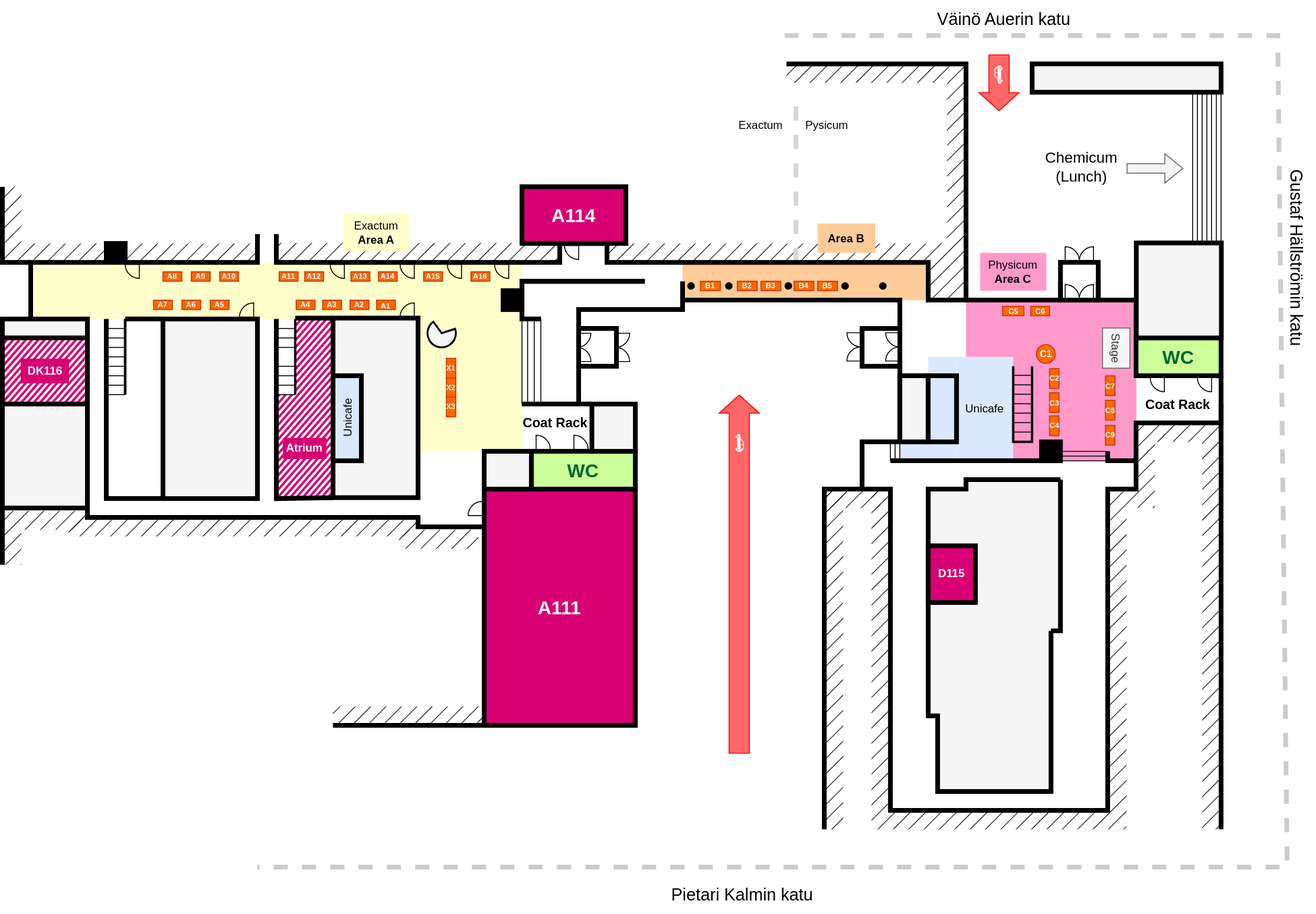
Potentiaali/potentiaali keeps this draw.io diagram as public/assets/kartta_2024.svg. Above is the earlier version. Source tidied: cells renumbered, new cells last; positions are measured from the earlier drawing's top-left corner, leaving out a move shared by most shapes.
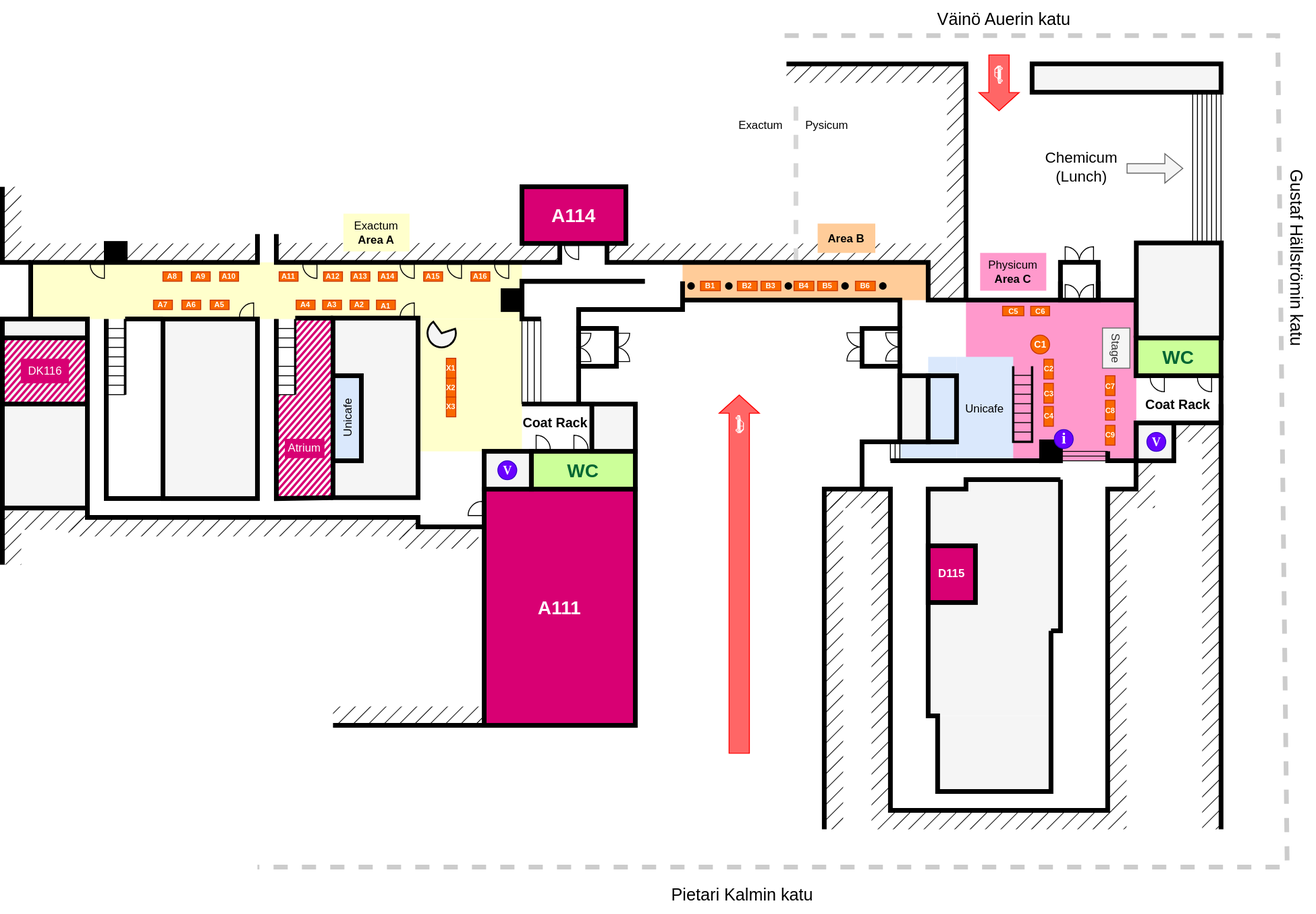
The same diagram one commit later.

Change to the diagram source:
```diff
@@ -507,7 +507,7 @@
       <mxGeometry x="220" y="317" width="20" height="10" as="geometry" />
     </mxCell>
     <mxCell id="95" value="&lt;font color=&quot;#ffffff&quot;&gt;&lt;b&gt;A12&lt;/b&gt;&lt;/font&gt;" style="rounded=0;whiteSpace=wrap;html=1;fillColor=#fa6800;fontColor=#000000;strokeColor=#C73500;flipH=1;fontSize=8;verticalAlign=middle;" parent="1" vertex="1">
-      <mxGeometry x="320" y="287" width="20" height="10" as="geometry" />
+      <mxGeometry x="340" y="287" width="20" height="10" as="geometry" />
     </mxCell>
     <mxCell id="96" value="&lt;font color=&quot;#ffffff&quot;&gt;&lt;b&gt;A13&lt;/b&gt;&lt;/font&gt;" style="rounded=0;whiteSpace=wrap;html=1;fillColor=#fa6800;fontColor=#000000;strokeColor=#C73500;flipH=1;fontSize=8;verticalAlign=middle;" parent="1" vertex="1">
       <mxGeometry x="369" y="287" width="20" height="10" as="geometry" />
@@ -528,10 +528,10 @@
       <mxGeometry x="170" y="287" width="20" height="10" as="geometry" />
     </mxCell>
     <mxCell id="102" style="verticalLabelPosition=bottom;verticalAlign=top;html=1;shape=mxgraph.basic.pie;startAngle=0;endAngle=0.25;rotation=-180;fillColor=none;" parent="1" vertex="1">
-      <mxGeometry x="130" y="264" width="30" height="30" as="geometry" />
+      <mxGeometry x="93" y="264" width="30" height="30" as="geometry" />
     </mxCell>
     <mxCell id="103" style="verticalLabelPosition=bottom;verticalAlign=top;html=1;shape=mxgraph.basic.pie;startAngle=0;endAngle=0.25;rotation=-180;fillColor=none;" parent="1" vertex="1">
-      <mxGeometry x="347" y="264" width="30" height="30" as="geometry" />
+      <mxGeometry x="318" y="264" width="30" height="30" as="geometry" />
     </mxCell>
     <mxCell id="104" style="verticalLabelPosition=bottom;verticalAlign=top;html=1;shape=mxgraph.basic.pie;startAngle=0;endAngle=0.25;rotation=-180;fillColor=none;" parent="1" vertex="1">
       <mxGeometry x="421" y="264" width="30" height="30" as="geometry" />
@@ -591,10 +591,10 @@
       <mxGeometry x="928" y="298" width="8" height="8" as="geometry" />
     </mxCell>
     <mxCell id="123" value="&lt;font color=&quot;#ffffff&quot; style=&quot;font-size: 8px;&quot;&gt;&lt;b style=&quot;font-size: 8px;&quot;&gt;C3&lt;/b&gt;&lt;/font&gt;" style="rounded=0;whiteSpace=wrap;html=1;fillColor=#fa6800;fontColor=#000000;strokeColor=#C73500;direction=south;fontSize=8;" parent="1" vertex="1">
-      <mxGeometry x="1108.5" y="415" width="10" height="21" as="geometry" />
+      <mxGeometry x="1102.5" y="405" width="10" height="21" as="geometry" />
     </mxCell>
     <mxCell id="124" value="&lt;font color=&quot;#ffffff&quot; style=&quot;font-size: 8px;&quot;&gt;&lt;b style=&quot;font-size: 8px;&quot;&gt;C4&lt;/b&gt;&lt;/font&gt;" style="rounded=0;whiteSpace=wrap;html=1;fillColor=#fa6800;fontColor=#000000;strokeColor=#C73500;direction=south;fontSize=8;" parent="1" vertex="1">
-      <mxGeometry x="1108.5" y="439.5" width="10" height="21" as="geometry" />
+      <mxGeometry x="1102.5" y="429.5" width="10" height="21" as="geometry" />
     </mxCell>
     <mxCell id="125" value="&lt;font color=&quot;#ffffff&quot; style=&quot;font-size: 8px;&quot;&gt;&lt;b style=&quot;font-size: 8px;&quot;&gt;C5&lt;/b&gt;&lt;/font&gt;" style="rounded=0;whiteSpace=wrap;html=1;fillColor=#fa6800;fontColor=#000000;strokeColor=#C73500;direction=south;fontSize=8;" parent="1" vertex="1">
       <mxGeometry x="1058.8" y="323.5" width="22.5" height="10" as="geometry" />
@@ -606,10 +606,10 @@
       <mxGeometry x="1167.7" y="397" width="10" height="21" as="geometry" />
     </mxCell>
     <mxCell id="128" value="&lt;b&gt;&lt;font color=&quot;#ffffff&quot; style=&quot;font-size: 10px;&quot;&gt;C1&lt;/font&gt;&lt;/b&gt;" style="ellipse;whiteSpace=wrap;html=1;rounded=0;strokeColor=#C73500;align=center;verticalAlign=middle;fontFamily=Helvetica;fontSize=12;fontColor=#000000;fillColor=#fa6800;" parent="1" vertex="1">
-      <mxGeometry x="1094.5" y="364" width="20" height="20" as="geometry" />
+      <mxGeometry x="1088.5" y="354" width="20" height="20" as="geometry" />
     </mxCell>
     <mxCell id="129" value="&lt;font color=&quot;#ffffff&quot; style=&quot;font-size: 8px;&quot;&gt;&lt;b style=&quot;font-size: 8px;&quot;&gt;C2&lt;/b&gt;&lt;/font&gt;" style="rounded=0;whiteSpace=wrap;html=1;fillColor=#fa6800;fontColor=#000000;strokeColor=#C73500;direction=south;fontSize=8;" parent="1" vertex="1">
-      <mxGeometry x="1108.5" y="389.5" width="10" height="21" as="geometry" />
+      <mxGeometry x="1102.5" y="379.5" width="10" height="21" as="geometry" />
     </mxCell>
     <mxCell id="130" style="verticalLabelPosition=bottom;verticalAlign=top;html=1;shape=mxgraph.basic.pie;startAngle=0;endAngle=0.25;rotation=-90;" parent="1" vertex="1">
       <mxGeometry x="935" y="366.5" width="30" height="30" as="geometry" />
@@ -921,9 +921,6 @@
     <mxCell id="206" style="shape=mxgraph.signs.transportation.car_3;html=1;verticalLabelPosition=bottom;verticalAlign=top;align=center;rotation=-90;strokeColor=none;shadow=0;" parent="1" vertex="1">
       <mxGeometry x="1045" y="74" width="19" height="8.8" as="geometry" />
     </mxCell>
-    <mxCell id="207" style="shape=mxgraph.signs.transportation.car_3;html=1;verticalLabelPosition=bottom;verticalAlign=top;align=center;rotation=-90;strokeColor=none;shadow=0;" parent="1" vertex="1">
-      <mxGeometry x="799" y="380.7" width="19" height="8.8" as="geometry" />
-    </mxCell>
     <mxCell id="208" style="shape=flexArrow;endArrow=classic;html=1;rounded=0;fillColor=#FF6666;strokeColor=#FF0000;width=21.476510067114095;endSize=6.05771812080537;" parent="1" edge="1">
       <mxGeometry relative="1" as="geometry">
         <mxPoint x="780" y="797" as="sourcePoint" />
@@ -931,12 +928,12 @@
       </mxGeometry>
     </mxCell>
     <mxCell id="209" style="shape=mxgraph.signs.transportation.car_3;html=1;verticalLabelPosition=bottom;verticalAlign=top;align=center;rotation=90;strokeColor=none;shadow=0;" parent="1" vertex="1">
-      <mxGeometry x="771" y="463.8" width="19" height="8.8" as="geometry" />
+      <mxGeometry x="771" y="443.8" width="19" height="8.8" as="geometry" />
     </mxCell>
     <mxCell id="210" style="rounded=0;whiteSpace=wrap;html=1;strokeWidth=5;fillColor=#D80073;fontColor=#ffffff;strokeColor=#000000;fillStyle=hatch;comic=0;jiggle=0;sketch=1;curveFitting=1;hachureGap=5;fillWeight=-1;disableMultiStroke=0;disableMultiStrokeFill=0;" parent="1" vertex="1">
       <mxGeometry y="357" width="90" height="70" as="geometry" />
     </mxCell>
-    <mxCell id="211" value="DK116" style="rounded=0;whiteSpace=wrap;html=1;fillColor=#d80073;fontColor=#ffffff;strokeColor=none;fontStyle=1;" parent="1" vertex="1">
+    <mxCell id="211" value="DK116" style="rounded=0;whiteSpace=wrap;html=1;fillColor=#d80073;fontColor=#ffffff;strokeColor=none;" parent="1" vertex="1">
       <mxGeometry x="19.5" y="379" width="51" height="26" as="geometry" />
     </mxCell>
     <mxCell id="212" style="endArrow=none;html=1;rounded=0;" parent="1" edge="1" target="3">
@@ -944,8 +941,23 @@
         <mxPoint x="290" y="377" as="sourcePoint" />
       </mxGeometry>
     </mxCell>
-    <mxCell id="213" value="Atrium" style="rounded=0;whiteSpace=wrap;html=1;fillColor=#d80073;fontColor=#ffffff;strokeColor=none;fontStyle=1;" parent="1" vertex="1">
-      <mxGeometry x="297" y="462.8" width="46" height="22.4" as="geometry" />
+    <mxCell id="213" value="Atrium" style="rounded=0;whiteSpace=wrap;html=1;fillColor=#d80073;fontColor=#ffffff;strokeColor=none;" parent="1" vertex="1">
+      <mxGeometry x="299" y="463.8" width="42" height="20.4" as="geometry" />
     </mxCell>
+    <mxCell id="214" value="&lt;font color=&quot;#ffffff&quot;&gt;&lt;b&gt;B6&lt;/b&gt;&lt;/font&gt;" style="rounded=0;whiteSpace=wrap;html=1;fillColor=#fa6800;fontColor=#000000;strokeColor=#C73500;fontSize=8;" parent="1" vertex="1">
+      <mxGeometry x="903" y="297" width="21" height="10" as="geometry" />
+    </mxCell>
+    <mxCell id="215" value="&lt;font size=&quot;1&quot; face=&quot;Garamond&quot;&gt;&lt;b style=&quot;font-size: 17px;&quot;&gt;i&lt;/b&gt;&lt;/font&gt;" style="ellipse;whiteSpace=wrap;html=1;rounded=0;strokeColor=#3700CC;align=center;verticalAlign=middle;fontFamily=Helvetica;fontSize=12;fontColor=#ffffff;fillColor=#6a00ff;" parent="1" vertex="1">
+      <mxGeometry x="1113.5" y="454" width="20" height="20" as="geometry" />
+    </mxCell>
+    <mxCell id="216" style="rounded=0;whiteSpace=wrap;html=1;strokeWidth=5;fillColor=#f5f5f5;fontColor=#333333;strokeColor=#000000;" parent="1" vertex="1">
+      <mxGeometry x="1200.3" y="447" width="39.7" height="40" as="geometry" />
+    </mxCell>
+    <mxCell id="217" value="&lt;b&gt;&lt;font style=&quot;font-size: 13px;&quot; face=&quot;Garamond&quot;&gt;V&lt;/font&gt;&lt;/b&gt;" style="ellipse;whiteSpace=wrap;html=1;rounded=0;strokeColor=#3700CC;align=center;verticalAlign=middle;fontFamily=Helvetica;fontSize=12;fontColor=#ffffff;fillColor=#6a00ff;" parent="1" vertex="1">
+      <mxGeometry x="1211.5" y="457" width="20" height="20" as="geometry" />
+    </mxCell>
+    <mxCell id="218" value="&lt;b&gt;&lt;font style=&quot;font-size: 13px;&quot; face=&quot;Garamond&quot;&gt;V&lt;/font&gt;&lt;/b&gt;" style="ellipse;whiteSpace=wrap;html=1;rounded=0;strokeColor=#3700CC;align=center;verticalAlign=middle;fontFamily=Helvetica;fontSize=12;fontColor=#ffffff;fillColor=#6a00ff;" parent="1" vertex="1">
+      <mxGeometry x="524.5" y="487" width="20" height="20" as="geometry" />
+    </mxCell>
   </root>
 </mxGraphModel>
```
